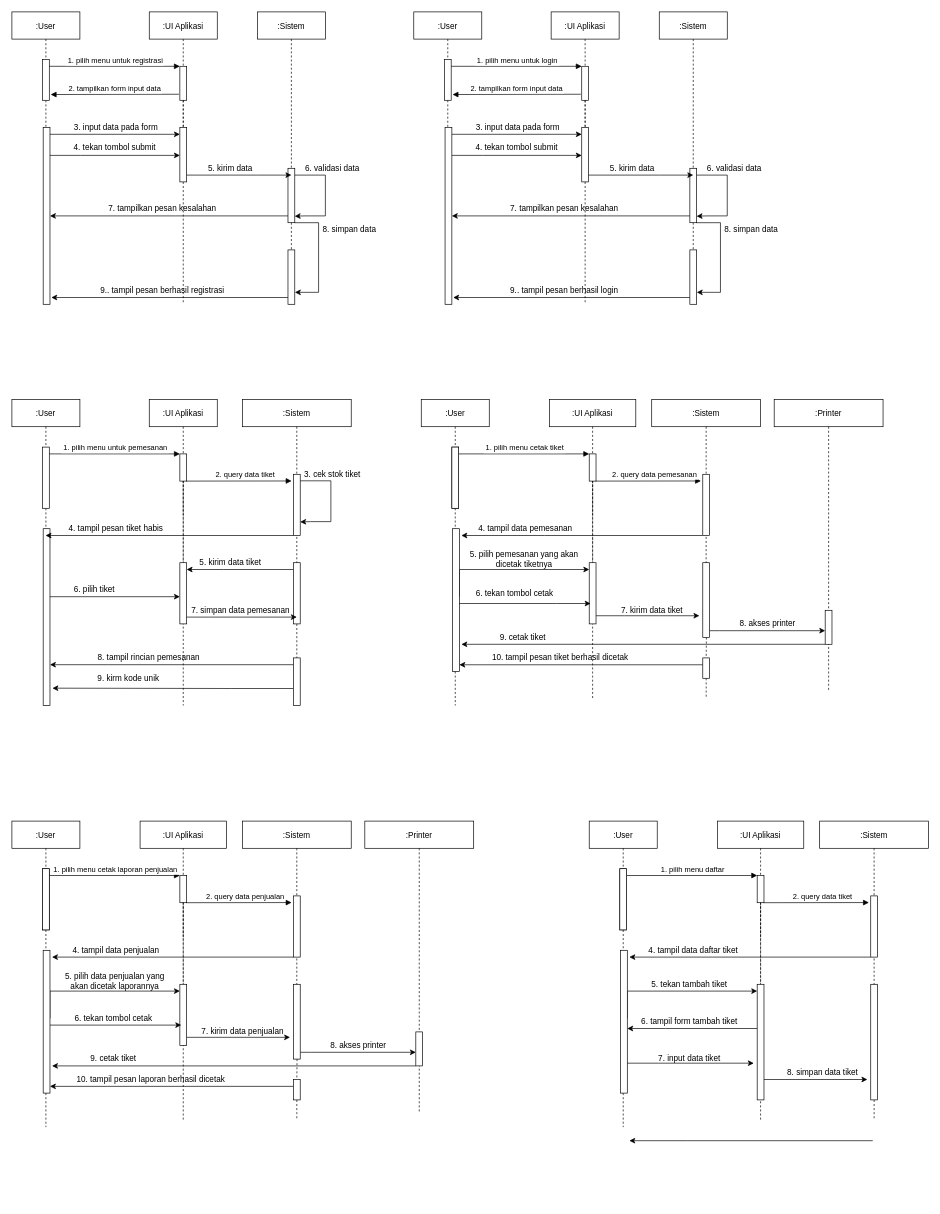
This is sequenceDiagram.drawio from ricky3knowhere/IF214002, a draw.io file, before an edit. Source tidied: cells renumbered, new cells numbered last; positions are measured from the earlier drawing's top-left corner, leaving out a move shared by most shapes. Both pictures are drawn from the tidied source at 68%, with x=0, y=0 at pixel (12, 12).
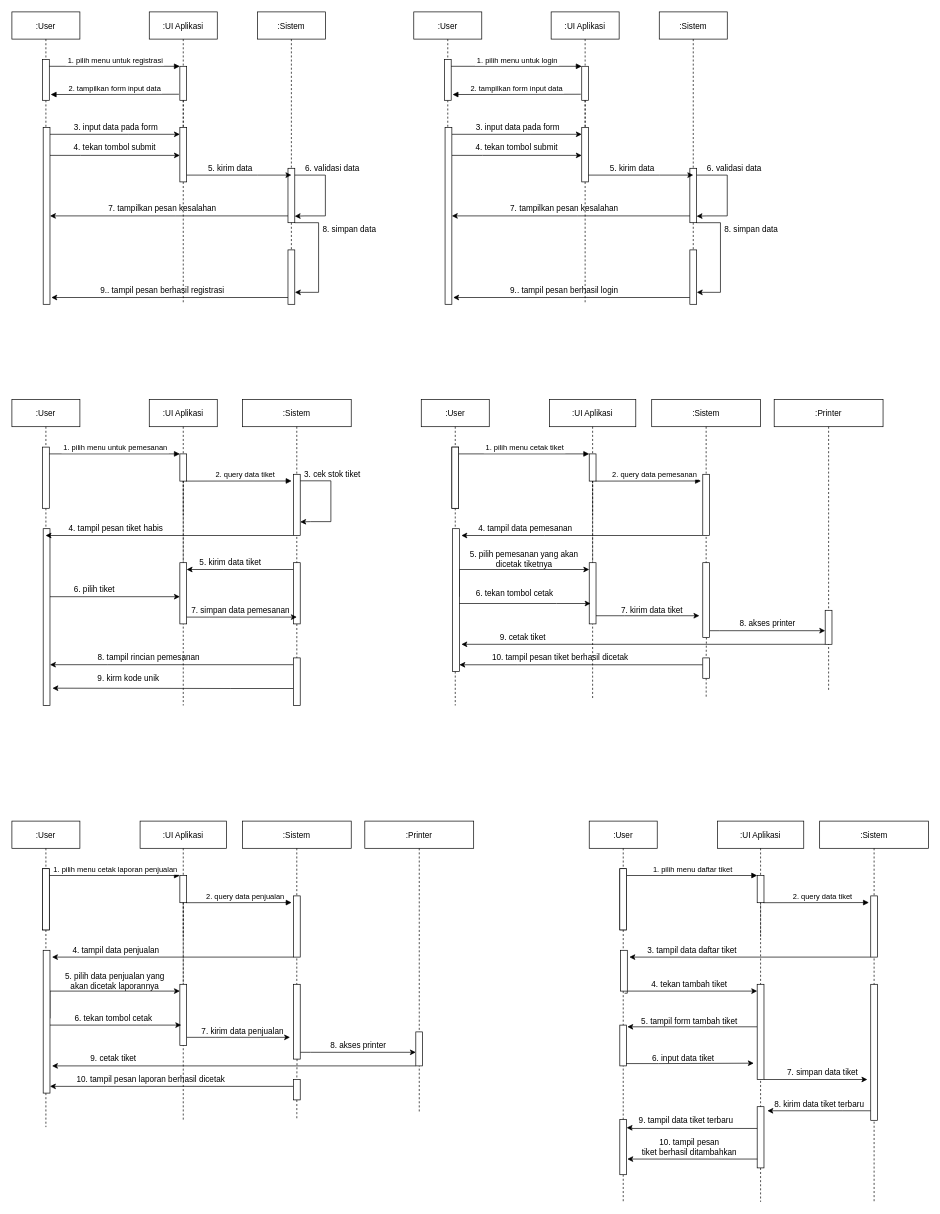
The same page after the edit.

The change refers to these unchanged cells:
```xml
<mxCell id="157" style="points=[];perimeter=orthogonalPerimeter;rounded=0;shadow=0;strokeWidth=1;" parent="1" vertex="1">
  <mxGeometry x="894" y="1260" width="10" height="90" as="geometry" />
</mxCell>
<mxCell id="158" style="points=[];perimeter=orthogonalPerimeter;rounded=0;shadow=0;strokeWidth=1;" parent="1" vertex="1">
  <mxGeometry x="1096" y="1270" width="10" height="40" as="geometry" />
</mxCell>
```

What changed in the source:
```diff
@@
+    <mxCell id="163" style="edgeStyle=orthogonalEdgeStyle;rounded=0;jettySize=auto;html=1;endArrow=none;endFill=0;dashed=1;startArrow=none;" parent="1" edge="1" source="189">
+      <mxGeometry relative="1" as="geometry">
+        <mxPoint x="1101" y="1750" as="targetPoint" />
+      </mxGeometry>
+    </mxCell>
@@
-    <mxCell id="161" style="edgeStyle=orthogonalEdgeStyle;rounded=0;jettySize=auto;html=1;endArrow=classic;endFill=1;" parent="1" edge="1" source="162" target="176">
+    <mxCell id="161" style="edgeStyle=orthogonalEdgeStyle;rounded=0;jettySize=auto;html=1;endArrow=classic;endFill=1;entryX=1.1;entryY=0.042;entryDx=0;entryDy=0;entryPerimeter=0;" parent="1" edge="1" source="162" target="184">
       <mxGeometry relative="1" as="geometry">
         <Array as="points">
-          <mxPoint x="961" y="1495" />
-          <mxPoint x="961" y="1495" />
+          <mxPoint x="951" y="1493" />
         </Array>
       </mxGeometry>
     </mxCell>
+    <mxCell id="181" style="edgeStyle=orthogonalEdgeStyle;rounded=0;jettySize=auto;html=1;" parent="1" edge="1" target="186">
+      <mxGeometry relative="1" as="geometry">
+        <mxPoint x="1104" y="1642" as="sourcePoint" />
+        <Array as="points">
+          <mxPoint x="912" y="1642" />
+          <mxPoint x="912" y="1641" />
+        </Array>
+      </mxGeometry>
+    </mxCell>
+    <mxCell id="182" style="edgeStyle=orthogonalEdgeStyle;rounded=0;orthogonalLoop=1;jettySize=auto;html=1;entryX=1.1;entryY=0.279;entryDx=0;entryDy=0;entryPerimeter=0;" parent="1" edge="1">
+      <mxGeometry relative="1" as="geometry">
+        <mxPoint x="1096" y="1687" as="sourcePoint" />
+        <mxPoint x="905" y="1687" as="targetPoint" />
+        <Array as="points">
+          <mxPoint x="1101" y="1687" />
+        </Array>
+      </mxGeometry>
+    </mxCell>
     <mxCell id="162" style="points=[];perimeter=orthogonalPerimeter;rounded=0;shadow=0;strokeWidth=1;" parent="1" vertex="1">
-      <mxGeometry x="1096" y="1430" width="10" height="170" as="geometry" />
+      <mxGeometry x="1096" y="1430" width="10" height="140" as="geometry" />
     </mxCell>
-    <mxCell id="163" style="edgeStyle=orthogonalEdgeStyle;rounded=0;jettySize=auto;html=1;endArrow=none;endFill=0;dashed=1;" parent="1" edge="1" source="158" target="162">
-      <mxGeometry relative="1" as="geometry" />
-    </mxCell>
-    <mxCell id="164" value=" 1. pilih menu daftar" style="verticalAlign=bottom;endArrow=block;entryX=0;entryY=0;shadow=0;strokeWidth=1;" parent="1" edge="1" source="157" target="158">
+    <mxCell id="164" value=" 1. pilih menu daftar tiket" style="verticalAlign=bottom;endArrow=block;entryX=0;entryY=0;shadow=0;strokeWidth=1;" parent="1" edge="1" source="157" target="158">
       <mxGeometry relative="1" as="geometry" />
     </mxCell>
@@
     <mxCell id="166" value=":Sistem" style="shape=umlLifeline;perimeter=lifelinePerimeter;rounded=0;shadow=0;strokeWidth=1;" parent="1" vertex="1">
-      <mxGeometry x="1187.9" y="1190" width="160.1" height="310" as="geometry" />
+      <mxGeometry x="1187.9" y="1190" width="160.1" height="560" as="geometry" />
     </mxCell>
-    <mxCell id="167" value="&amp;nbsp;4. tampil data daftar tiket" style="text;html=1;align=center;verticalAlign=middle;strokeColor=none;fillColor=none;" parent="1" vertex="1">
+    <mxCell id="167" value="3. tampil data daftar tiket" style="text;html=1;align=center;verticalAlign=middle;strokeColor=none;fillColor=none;" parent="1" vertex="1">
       <mxGeometry x="925" y="1370" width="150" height="20" as="geometry" />
     </mxCell>
@@
+    <mxCell id="183" style="edgeStyle=orthogonalEdgeStyle;rounded=0;jettySize=auto;html=1;" parent="1" edge="1" source="170">
+      <mxGeometry relative="1" as="geometry">
+        <mxPoint x="1111" y="1616" as="targetPoint" />
+        <Array as="points">
+          <mxPoint x="1221" y="1616" />
+          <mxPoint x="1221" y="1616" />
+        </Array>
+      </mxGeometry>
+    </mxCell>
     <mxCell id="170" style="points=[];perimeter=orthogonalPerimeter;rounded=0;shadow=0;strokeWidth=1;" parent="1" vertex="1">
-      <mxGeometry x="1263" y="1430" width="10" height="170" as="geometry" />
+      <mxGeometry x="1263" y="1430" width="10" height="200" as="geometry" />
     </mxCell>
-    <mxCell id="171" style="edgeStyle=orthogonalEdgeStyle;rounded=0;jettySize=auto;html=1;endArrow=classic;endFill=1;" parent="1" edge="1" target="162">
+    <mxCell id="171" style="edgeStyle=orthogonalEdgeStyle;rounded=0;jettySize=auto;html=1;endArrow=classic;endFill=1;exitX=0.52;exitY=0.452;exitDx=0;exitDy=0;exitPerimeter=0;" parent="1" edge="1" source="174" target="162">
       <mxGeometry relative="1" as="geometry">
-        <mxPoint x="905" y="1480.1" as="sourcePoint" />
         <Array as="points">
+          <mxPoint x="905" y="1443" />
           <mxPoint x="905" y="1440" />
         </Array>
       </mxGeometry>
     </mxCell>
-    <mxCell id="172" value="&lt;div&gt;5. tekan tambah tiket&lt;br&gt;&lt;/div&gt;" style="text;html=1;align=center;verticalAlign=middle;strokeColor=none;fillColor=none;" parent="1" vertex="1">
+    <mxCell id="172" value="&lt;div&gt;4. tekan tambah tiket&lt;br&gt;&lt;/div&gt;" style="text;html=1;align=center;verticalAlign=middle;strokeColor=none;fillColor=none;" parent="1" vertex="1">
       <mxGeometry x="931" y="1420" width="130" height="20" as="geometry" />
     </mxCell>
-    <mxCell id="173" style="edgeStyle=orthogonalEdgeStyle;rounded=0;orthogonalLoop=1;jettySize=auto;html=1;endArrow=classic;endFill=1;" parent="1" edge="1">
-      <mxGeometry relative="1" as="geometry">
-        <mxPoint x="1266" y="1660" as="sourcePoint" />
-        <mxPoint x="908" y="1660" as="targetPoint" />
-        <Array as="points">
-          <mxPoint x="993" y="1659.9" />
-          <mxPoint x="993" y="1659.9" />
-        </Array>
-      </mxGeometry>
-    </mxCell>
     <mxCell id="174" value=":User" style="shape=umlLifeline;perimeter=lifelinePerimeter;rounded=0;shadow=0;strokeWidth=1;" parent="1" vertex="1">
-      <mxGeometry x="849" y="1190" width="100" height="450" as="geometry" />
+      <mxGeometry x="849" y="1190" width="100" height="560" as="geometry" />
     </mxCell>
@@
     <mxCell id="176" style="points=[];perimeter=orthogonalPerimeter;rounded=0;shadow=0;strokeWidth=1;" parent="174" vertex="1">
-      <mxGeometry x="46" y="190" width="10" height="210" as="geometry" />
+      <mxGeometry x="46" y="190" width="10" height="60" as="geometry" />
     </mxCell>
+    <mxCell id="184" style="points=[];perimeter=orthogonalPerimeter;rounded=0;shadow=0;strokeWidth=1;" parent="174" vertex="1">
+      <mxGeometry x="45" y="300" width="10" height="60" as="geometry" />
+    </mxCell>
-    <mxCell id="177" value="6. tampil form tambah tiket" style="text;html=1;align=center;verticalAlign=middle;strokeColor=none;fillColor=none;" parent="1" vertex="1">
+    <mxCell id="177" value="5. tampil form tambah tiket" style="text;html=1;align=center;verticalAlign=middle;strokeColor=none;fillColor=none;" parent="1" vertex="1">
       <mxGeometry x="916" y="1475" width="160" height="20" as="geometry" />
     </mxCell>
-    <mxCell id="178" value="8. simpan data tiket" style="text;html=1;align=center;verticalAlign=middle;strokeColor=none;fillColor=none;" parent="1" vertex="1">
+    <mxCell id="178" value="7. simpan data tiket" style="text;html=1;align=center;verticalAlign=middle;strokeColor=none;fillColor=none;" parent="1" vertex="1">
       <mxGeometry x="1132" y="1550" width="120" height="20" as="geometry" />
     </mxCell>
-    <mxCell id="179" style="edgeStyle=orthogonalEdgeStyle;rounded=0;jettySize=auto;html=1;endArrow=classic;endFill=1;" parent="1" edge="1" source="176">
+    <mxCell id="179" style="edgeStyle=orthogonalEdgeStyle;rounded=0;jettySize=auto;html=1;endArrow=classic;endFill=1;exitX=0.934;exitY=0.943;exitDx=0;exitDy=0;exitPerimeter=0;" parent="1" edge="1" source="184">
       <mxGeometry relative="1" as="geometry">
         <mxPoint x="1091" y="1546" as="targetPoint" />
         <Array as="points">
-          <mxPoint x="951" y="1546" />
-          <mxPoint x="951" y="1546" />
+          <mxPoint x="951" y="1547" />
         </Array>
       </mxGeometry>
     </mxCell>
-    <mxCell id="180" value="7. input data tiket" style="text;html=1;align=center;verticalAlign=middle;strokeColor=none;fillColor=none;" parent="1" vertex="1">
-      <mxGeometry x="940.9" y="1530" width="110" height="20" as="geometry" />
+    <mxCell id="180" value="6. input data tiket" style="text;html=1;align=center;verticalAlign=middle;strokeColor=none;fillColor=none;" parent="1" vertex="1">
+      <mxGeometry x="932" y="1530" width="110" height="20" as="geometry" />
     </mxCell>
+    <mxCell id="185" value="8. kirim data tiket terbaru" style="text;html=1;align=center;verticalAlign=middle;strokeColor=none;fillColor=none;" parent="1" vertex="1">
+      <mxGeometry x="1112" y="1597" width="150" height="20" as="geometry" />
+    </mxCell>
+    <mxCell id="186" style="points=[];perimeter=orthogonalPerimeter;rounded=0;shadow=0;strokeWidth=1;" parent="1" vertex="1">
+      <mxGeometry x="894" y="1629" width="10" height="81" as="geometry" />
+    </mxCell>
+    <mxCell id="187" value="9. tampil data tiket terbaru" style="text;html=1;align=center;verticalAlign=middle;strokeColor=none;fillColor=none;" parent="1" vertex="1">
+      <mxGeometry x="916" y="1620" width="150" height="20" as="geometry" />
+    </mxCell>
+    <mxCell id="188" value="&lt;div&gt;10. tampil pesan&lt;/div&gt;&lt;div&gt;tiket berhasil ditambahkan&lt;/div&gt;" style="text;html=1;align=center;verticalAlign=middle;strokeColor=none;fillColor=none;" parent="1" vertex="1">
+      <mxGeometry x="921" y="1655" width="150" height="30" as="geometry" />
+    </mxCell>
+    <mxCell id="189" style="points=[];perimeter=orthogonalPerimeter;rounded=0;shadow=0;strokeWidth=1;" parent="1" vertex="1">
+      <mxGeometry x="1096" y="1610" width="10" height="90" as="geometry" />
+    </mxCell>
```
